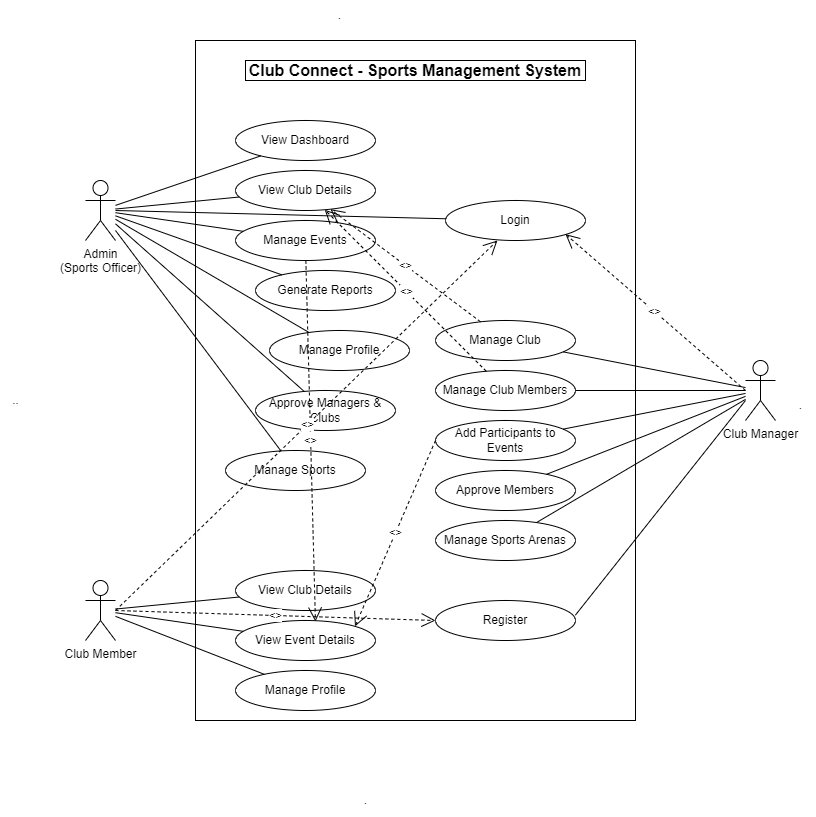
Above: usecase.png in YathuPiraba/sports-management-system (draw.io), before the change. Source tidied: cells renumbered, new cells last; positions are measured from the earlier drawing's top-left corner, leaving out a move shared by most shapes.
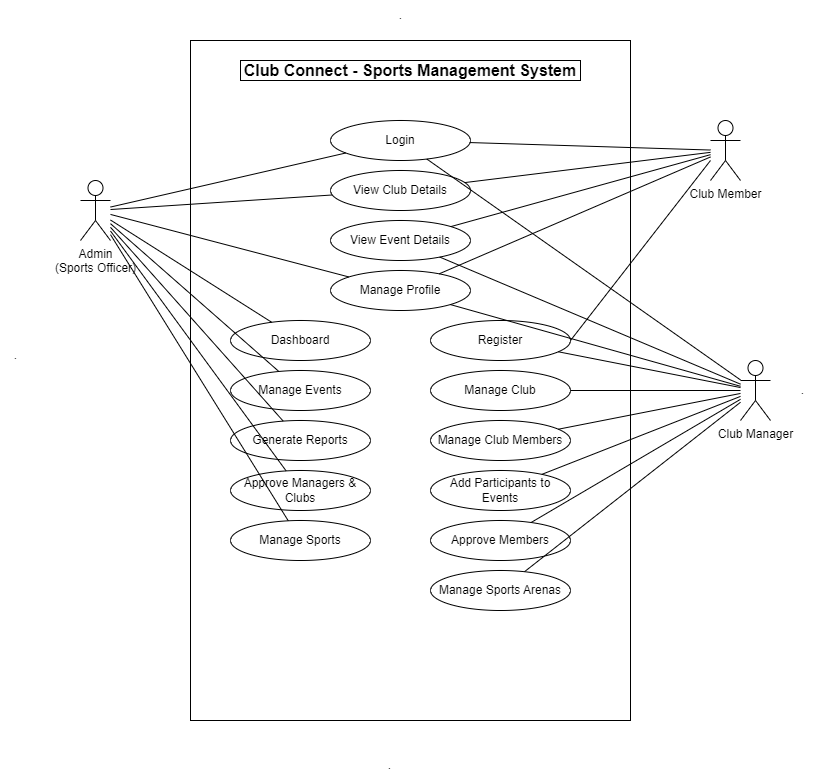
The same file after the commit.

Commit message:
finished use case

The edit, as a diff of the source:
```diff
@@ -15,92 +15,83 @@
       <mxGeometry x="745" y="360" width="30" height="60" as="geometry" />
     </mxCell>
     <mxCell id="6" value="Club Member" style="shape=umlActor;verticalLabelPosition=bottom;verticalAlign=top;html=1;strokeColor=#000000;" parent="1" vertex="1">
-      <mxGeometry x="85" y="580" width="30" height="60" as="geometry" />
+      <mxGeometry x="715" y="120" width="30" height="60" as="geometry" />
     </mxCell>
-    <mxCell id="7" style="endArrow=none;html=1;strokeColor=#000000;" parent="1" edge="1" source="4">
-      <mxGeometry relative="1" as="geometry" />
-    </mxCell>
-    <mxCell id="8" style="endArrow=none;html=1;strokeColor=#000000;" parent="1" edge="1" source="4">
-      <mxGeometry relative="1" as="geometry" />
-    </mxCell>
-    <mxCell id="9" style="endArrow=none;html=1;strokeColor=#000000;" parent="1" edge="1" source="5">
-      <mxGeometry relative="1" as="geometry" />
-    </mxCell>
-    <mxCell id="10" style="endArrow=none;html=1;strokeColor=#000000;" parent="1" edge="1" source="5">
-      <mxGeometry relative="1" as="geometry" />
-    </mxCell>
-    <mxCell id="11" style="endArrow=none;html=1;strokeColor=#000000;" parent="1" edge="1" source="6">
-      <mxGeometry relative="1" as="geometry" />
-    </mxCell>
-    <mxCell id="12" style="endArrow=none;html=1;strokeColor=#000000;" parent="1" edge="1" source="6">
-      <mxGeometry relative="1" as="geometry" />
-    </mxCell>
-    <mxCell id="13" value="View Dashboard" style="ellipse;whiteSpace=wrap;html=1;strokeColor=#000000;" parent="1" vertex="1">
-      <mxGeometry x="235" y="120" width="140" height="40" as="geometry" />
-    </mxCell>
-    <mxCell id="14" value="View Club Details" style="ellipse;whiteSpace=wrap;html=1;strokeColor=#000000;" parent="1" vertex="1">
-      <mxGeometry x="235" y="170" width="140" height="40" as="geometry" />
-    </mxCell>
+    <mxCell id="51" value="Login" style="ellipse;whiteSpace=wrap;html=1;strokeColor=#000000;" parent="1" vertex="1">
+      <mxGeometry x="335" y="120" width="140" height="40" as="geometry" />
+    </mxCell>
+    <mxCell id="58" value="View Club Details" style="ellipse;whiteSpace=wrap;html=1;strokeColor=#000000;" parent="1" vertex="1">
+      <mxGeometry x="335" y="170" width="140" height="40" as="geometry" />
+    </mxCell>
+    <mxCell id="26" value="View Event Details" style="ellipse;whiteSpace=wrap;html=1;strokeColor=#000000;" parent="1" vertex="1">
+      <mxGeometry x="335" y="220" width="140" height="40" as="geometry" />
+    </mxCell>
+    <mxCell id="59" value="Manage Profile" style="ellipse;whiteSpace=wrap;html=1;strokeColor=#000000;" parent="1" vertex="1">
+      <mxGeometry x="335" y="270" width="140" height="40" as="geometry" />
+    </mxCell>
+    <mxCell id="60" value="Dashboard" style="ellipse;whiteSpace=wrap;html=1;strokeColor=#000000;" parent="1" vertex="1">
+      <mxGeometry x="235" y="320" width="140" height="40" as="geometry" />
+    </mxCell>
     <mxCell id="15" value="Manage Events" style="ellipse;whiteSpace=wrap;html=1;strokeColor=#000000;" parent="1" vertex="1">
-      <mxGeometry x="235" y="220" width="140" height="40" as="geometry" />
+      <mxGeometry x="235" y="370" width="140" height="40" as="geometry" />
     </mxCell>
     <mxCell id="16" value="Generate Reports" style="ellipse;whiteSpace=wrap;html=1;strokeColor=#000000;" parent="1" vertex="1">
-      <mxGeometry x="255" y="270" width="140" height="40" as="geometry" />
+      <mxGeometry x="235" y="420" width="140" height="40" as="geometry" />
     </mxCell>
-    <mxCell id="17" value="Manage Profile" style="ellipse;whiteSpace=wrap;html=1;strokeColor=#000000;" parent="1" vertex="1">
-      <mxGeometry x="269" y="330" width="140" height="40" as="geometry" />
-    </mxCell>
     <mxCell id="18" value="Approve Managers &amp; Clubs" style="ellipse;whiteSpace=wrap;html=1;strokeColor=#000000;" parent="1" vertex="1">
-      <mxGeometry x="255" y="390" width="140" height="40" as="geometry" />
+      <mxGeometry x="235" y="470" width="140" height="40" as="geometry" />
     </mxCell>
     <mxCell id="19" value="Manage Sports" style="ellipse;whiteSpace=wrap;html=1;strokeColor=#000000;" parent="1" vertex="1">
-      <mxGeometry x="225" y="450" width="140" height="40" as="geometry" />
+      <mxGeometry x="235" y="520" width="140" height="40" as="geometry" />
     </mxCell>
+    <mxCell id="52" value="Register" style="ellipse;whiteSpace=wrap;html=1;strokeColor=#000000;" parent="1" vertex="1">
+      <mxGeometry x="435" y="320" width="140" height="40" as="geometry" />
+    </mxCell>
     <mxCell id="20" value="Manage Club" style="ellipse;whiteSpace=wrap;html=1;strokeColor=#000000;" parent="1" vertex="1">
-      <mxGeometry x="435" y="320" width="140" height="40" as="geometry" />
+      <mxGeometry x="435" y="370" width="140" height="40" as="geometry" />
     </mxCell>
     <mxCell id="21" value="Manage Club Members" style="ellipse;whiteSpace=wrap;html=1;strokeColor=#000000;" parent="1" vertex="1">
-      <mxGeometry x="435" y="370" width="140" height="40" as="geometry" />
+      <mxGeometry x="435" y="420" width="140" height="40" as="geometry" />
     </mxCell>
     <mxCell id="22" value="Add Participants to Events" style="ellipse;whiteSpace=wrap;html=1;strokeColor=#000000;" parent="1" vertex="1">
-      <mxGeometry x="435" y="420" width="140" height="40" as="geometry" />
+      <mxGeometry x="435" y="470" width="140" height="40" as="geometry" />
     </mxCell>
     <mxCell id="23" value="Approve Members" style="ellipse;whiteSpace=wrap;html=1;strokeColor=#000000;" parent="1" vertex="1">
-      <mxGeometry x="435" y="470" width="140" height="40" as="geometry" />
+      <mxGeometry x="435" y="520" width="140" height="40" as="geometry" />
     </mxCell>
     <mxCell id="24" value="Manage Sports Arenas" style="ellipse;whiteSpace=wrap;html=1;strokeColor=#000000;" parent="1" vertex="1">
-      <mxGeometry x="435" y="520" width="140" height="40" as="geometry" />
+      <mxGeometry x="435" y="570" width="140" height="40" as="geometry" />
     </mxCell>
-    <mxCell id="25" value="View Club Details" style="ellipse;whiteSpace=wrap;html=1;strokeColor=#000000;" parent="1" vertex="1">
-      <mxGeometry x="235" y="570" width="140" height="40" as="geometry" />
-    </mxCell>
-    <mxCell id="26" value="View Event Details" style="ellipse;whiteSpace=wrap;html=1;strokeColor=#000000;" parent="1" vertex="1">
-      <mxGeometry x="235" y="620" width="140" height="40" as="geometry" />
-    </mxCell>
-    <mxCell id="27" value="Manage Profile" style="ellipse;whiteSpace=wrap;html=1;strokeColor=#000000;" parent="1" vertex="1">
-      <mxGeometry x="235" y="670" width="140" height="40" as="geometry" />
-    </mxCell>
-    <mxCell id="28" style="endArrow=none;html=1;strokeColor=#000000;" parent="1" edge="1" source="4" target="13">
-      <mxGeometry relative="1" as="geometry" />
-    </mxCell>
-    <mxCell id="29" style="endArrow=none;html=1;strokeColor=#000000;" parent="1" edge="1" source="4" target="14">
-      <mxGeometry relative="1" as="geometry" />
-    </mxCell>
+    <mxCell id="61" style="endArrow=none;html=1;strokeColor=#000000;" parent="1" edge="1" source="4" target="51">
+      <mxGeometry relative="1" as="geometry" />
+    </mxCell>
+    <mxCell id="62" style="endArrow=none;html=1;strokeColor=#000000;" parent="1" edge="1" source="4" target="60">
+      <mxGeometry relative="1" as="geometry" />
+    </mxCell>
     <mxCell id="30" style="endArrow=none;html=1;strokeColor=#000000;" parent="1" edge="1" source="4" target="15">
       <mxGeometry relative="1" as="geometry" />
     </mxCell>
     <mxCell id="31" style="endArrow=none;html=1;strokeColor=#000000;" parent="1" edge="1" source="4" target="16">
       <mxGeometry relative="1" as="geometry" />
     </mxCell>
-    <mxCell id="32" style="endArrow=none;html=1;strokeColor=#000000;" parent="1" edge="1" source="4" target="17">
-      <mxGeometry relative="1" as="geometry" />
-    </mxCell>
+    <mxCell id="63" style="endArrow=none;html=1;strokeColor=#000000;" parent="1" edge="1" source="4" target="59">
+      <mxGeometry relative="1" as="geometry" />
+    </mxCell>
     <mxCell id="33" style="endArrow=none;html=1;strokeColor=#000000;" parent="1" edge="1" source="4" target="18">
       <mxGeometry relative="1" as="geometry" />
     </mxCell>
     <mxCell id="34" style="endArrow=none;html=1;strokeColor=#000000;" parent="1" edge="1" source="4" target="19">
       <mxGeometry relative="1" as="geometry" />
     </mxCell>
+    <mxCell id="64" style="endArrow=none;html=1;strokeColor=#000000;" parent="1" edge="1" source="4" target="58">
+      <mxGeometry relative="1" as="geometry" />
+    </mxCell>
+    <mxCell id="65" style="endArrow=none;html=1;strokeColor=#000000;" parent="1" edge="1" source="5" target="52">
+      <mxGeometry relative="1" as="geometry" />
+    </mxCell>
+    <mxCell id="66" style="endArrow=none;html=1;strokeColor=#000000;" parent="1" edge="1" source="5" target="51">
+      <mxGeometry relative="1" as="geometry" />
+    </mxCell>
     <mxCell id="35" style="endArrow=none;html=1;strokeColor=#000000;" parent="1" edge="1" source="5" target="20">
       <mxGeometry relative="1" as="geometry" />
     </mxCell>
@@ -110,76 +101,46 @@
     <mxCell id="37" style="endArrow=none;html=1;strokeColor=#000000;" parent="1" edge="1" source="5" target="22">
       <mxGeometry relative="1" as="geometry" />
     </mxCell>
+    <mxCell id="67" style="endArrow=none;html=1;strokeColor=#000000;" parent="1" edge="1" source="5" target="59">
+      <mxGeometry relative="1" as="geometry" />
+    </mxCell>
     <mxCell id="38" style="endArrow=none;html=1;strokeColor=#000000;" parent="1" edge="1" source="5" target="23">
       <mxGeometry relative="1" as="geometry" />
     </mxCell>
     <mxCell id="39" style="endArrow=none;html=1;strokeColor=#000000;" parent="1" edge="1" source="5" target="24">
       <mxGeometry relative="1" as="geometry" />
     </mxCell>
-    <mxCell id="40" style="endArrow=none;html=1;strokeColor=#000000;" parent="1" edge="1" source="6" target="25">
-      <mxGeometry relative="1" as="geometry" />
-    </mxCell>
+    <mxCell id="68" style="endArrow=none;html=1;strokeColor=#000000;" parent="1" edge="1" source="5" target="26">
+      <mxGeometry relative="1" as="geometry" />
+    </mxCell>
+    <mxCell id="69" style="endArrow=none;html=1;strokeColor=#000000;entryX=1;entryY=0.5;entryDx=0;entryDy=0;" parent="1" edge="1" target="52">
+      <mxGeometry relative="1" as="geometry">
+        <mxPoint x="715" y="160" as="sourcePoint" />
+      </mxGeometry>
+    </mxCell>
+    <mxCell id="70" style="endArrow=none;html=1;strokeColor=#000000;" parent="1" edge="1" source="6" target="51">
+      <mxGeometry relative="1" as="geometry" />
+    </mxCell>
+    <mxCell id="71" style="endArrow=none;html=1;strokeColor=#000000;" parent="1" edge="1" source="6" target="58">
+      <mxGeometry relative="1" as="geometry" />
+    </mxCell>
     <mxCell id="41" style="endArrow=none;html=1;strokeColor=#000000;" parent="1" edge="1" source="6" target="26">
       <mxGeometry relative="1" as="geometry" />
     </mxCell>
-    <mxCell id="42" style="endArrow=none;html=1;strokeColor=#000000;" parent="1" edge="1" source="6" target="27">
-      <mxGeometry relative="1" as="geometry" />
-    </mxCell>
-    <mxCell id="43" value="&lt;&lt;include&gt;&gt;" style="endArrow=open;endSize=12;dashed=1;html=1;entryX=0.571;entryY=0.025;entryDx=0;entryDy=0;entryPerimeter=0;strokeColor=#000000;" parent="1" edge="1" source="15" target="26">
-      <mxGeometry relative="1" as="geometry" />
-    </mxCell>
-    <mxCell id="44" value="&lt;&lt;include&gt;&gt;" style="endArrow=open;endSize=12;dashed=1;html=1;strokeColor=#000000;" parent="1" edge="1" source="20" target="14">
-      <mxGeometry relative="1" as="geometry" />
-    </mxCell>
-    <mxCell id="45" value="&lt;&lt;include&gt;&gt;" style="endArrow=open;endSize=12;dashed=1;html=1;strokeColor=#000000;" parent="1" edge="1" source="21" target="14">
-      <mxGeometry relative="1" as="geometry" />
-    </mxCell>
-    <mxCell id="46" value="&lt;&lt;include&gt;&gt;" style="endArrow=open;endSize=12;dashed=1;html=1;exitX=0;exitY=0.5;exitDx=0;exitDy=0;entryX=1;entryY=0;entryDx=0;entryDy=0;strokeColor=#000000;" parent="1" edge="1" source="22" target="26">
-      <mxGeometry relative="1" as="geometry" />
-    </mxCell>
+    <mxCell id="72" style="endArrow=none;html=1;strokeColor=#000000;" parent="1" edge="1" source="6" target="59">
+      <mxGeometry relative="1" as="geometry" />
+    </mxCell>
-    <mxCell id="47" value="." style="text;html=1;align=center;verticalAlign=middle;strokeColor=#FFFFFF;fillColor=none;" parent="1" vertex="1">
-      <mxGeometry x="785" y="390" width="30" height="30" as="geometry" />
+    <mxCell id="47" value="." style="text;html=1;align=center;verticalAlign=middle;strokeColor=none;fillColor=none;" parent="1" vertex="1">
+      <mxGeometry x="390" width="30" height="30" as="geometry" />
     </mxCell>
-    <mxCell id="48" value="." style="text;html=1;align=center;verticalAlign=middle;strokeColor=#FFFFFF;fillColor=none;" parent="1" vertex="1">
-      <mxGeometry x="350" y="785" width="30" height="30" as="geometry" />
+    <mxCell id="48" value="." style="text;html=1;align=center;verticalAlign=middle;strokeColor=none;fillColor=none;" parent="1" vertex="1">
+      <mxGeometry x="792" y="375" width="30" height="30" as="geometry" />
     </mxCell>
-    <mxCell id="49" value=".." style="text;html=1;align=center;verticalAlign=middle;strokeColor=none;fillColor=none;" parent="1" vertex="1">
-      <mxGeometry y="385" width="30" height="30" as="geometry" />
+    <mxCell id="49" value="." style="text;html=1;align=center;verticalAlign=middle;strokeColor=none;fillColor=none;" parent="1" vertex="1">
+      <mxGeometry x="379" y="750" width="30" height="30" as="geometry" />
     </mxCell>
-    <mxCell id="50" value="." style="text;html=1;align=center;verticalAlign=middle;strokeColor=#FFFFFF;fillColor=none;" parent="1" vertex="1">
-      <mxGeometry x="324" width="30" height="30" as="geometry" />
+    <mxCell id="50" value="." style="text;html=1;align=center;verticalAlign=middle;strokeColor=none;fillColor=none;" parent="1" vertex="1">
+      <mxGeometry x="5" y="340" width="30" height="30" as="geometry" />
     </mxCell>
-    <mxCell id="51" value="Login" style="ellipse;whiteSpace=wrap;html=1;strokeColor=#000000;" parent="1" vertex="1">
-      <mxGeometry x="445" y="200" width="140" height="40" as="geometry" />
-    </mxCell>
-    <mxCell id="52" value="Register" style="ellipse;whiteSpace=wrap;html=1;strokeColor=#000000;" parent="1" vertex="1">
-      <mxGeometry x="435" y="600" width="140" height="40" as="geometry" />
-    </mxCell>
-    <mxCell id="53" value="&lt;&lt;include&gt;&gt;" style="endArrow=open;endSize=12;dashed=1;html=1;entryX=0.371;entryY=1;entryDx=0;entryDy=0;strokeColor=#000000;entryPerimeter=0;" parent="1" edge="1" target="51">
-      <mxGeometry relative="1" as="geometry">
-        <mxPoint x="115" y="610" as="sourcePoint" />
-      </mxGeometry>
-    </mxCell>
-    <mxCell id="54" value="&lt;&lt;include&gt;&gt;" style="endArrow=open;endSize=12;dashed=1;html=1;entryX=0;entryY=0.5;entryDx=0;entryDy=0;strokeColor=#000000;" parent="1" edge="1" target="52">
-      <mxGeometry relative="1" as="geometry">
-        <mxPoint x="115" y="610" as="sourcePoint" />
-      </mxGeometry>
-    </mxCell>
-    <mxCell id="55" style="endArrow=none;html=1;strokeColor=#000000;" parent="1" edge="1" target="51">
-      <mxGeometry relative="1" as="geometry">
-        <mxPoint x="115" y="210" as="sourcePoint" />
-      </mxGeometry>
-    </mxCell>
-    <mxCell id="56" value="&lt;&lt;include&gt;&gt;" style="endArrow=open;endSize=12;dashed=1;html=1;strokeColor=#000000;" parent="1" edge="1">
-      <mxGeometry relative="1" as="geometry">
-        <mxPoint x="745" y="390" as="sourcePoint" />
-        <mxPoint x="565" y="233.7" as="targetPoint" />
-      </mxGeometry>
-    </mxCell>
-    <mxCell id="57" style="endArrow=none;html=1;strokeColor=#000000;entryX=0.999;entryY=0.367;entryDx=0;entryDy=0;entryPerimeter=0;" parent="1" edge="1" target="52">
-      <mxGeometry relative="1" as="geometry">
-        <mxPoint x="745" y="400" as="sourcePoint" />
-      </mxGeometry>
-    </mxCell>
   </root>
 </mxGraphModel>
```
